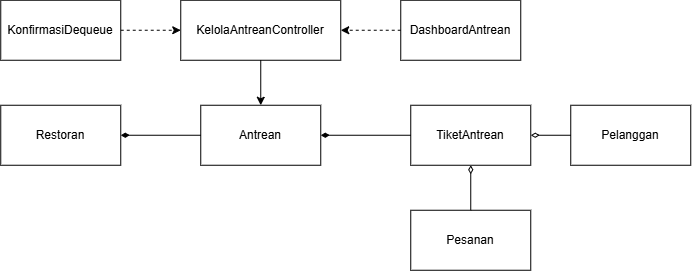
Earlier version of the draw.io export docs/M4/assets/diagram/UC-06.png (hehey304/IF2150-RPL-K01-G10). Source tidied: cells renumbered, new cells last; positions are measured from the earlier drawing's top-left corner, leaving out a move shared by most shapes. The source it was exported from:
```xml
<mxGraphModel>
  <root>
    <mxCell id="0" />
    <mxCell id="1" parent="0" />
    <mxCell id="2" value="KelolaAntreanController" style="rounded=0;whiteSpace=wrap;html=1;" parent="1" vertex="1">
      <mxGeometry x="180" width="160" height="60" as="geometry" />
    </mxCell>
    <mxCell id="3" value="DashboardAntrean" style="rounded=0;whiteSpace=wrap;html=1;" parent="1" vertex="1">
      <mxGeometry x="400" width="120" height="60" as="geometry" />
    </mxCell>
    <mxCell id="4" value="TiketAntrean" style="rounded=0;whiteSpace=wrap;html=1;" parent="1" vertex="1">
      <mxGeometry x="410" y="105" width="120" height="60" as="geometry" />
    </mxCell>
    <mxCell id="5" value="Restoran" style="rounded=0;whiteSpace=wrap;html=1;" parent="1" vertex="1">
      <mxGeometry y="105" width="120" height="60" as="geometry" />
    </mxCell>
    <mxCell id="6" value="KonfirmasiDequeue" style="rounded=0;whiteSpace=wrap;html=1;" parent="1" vertex="1">
      <mxGeometry width="120" height="60" as="geometry" />
    </mxCell>
    <mxCell id="7" value="Antrean" style="rounded=0;whiteSpace=wrap;html=1;" parent="1" vertex="1">
      <mxGeometry x="200" y="105" width="120" height="60" as="geometry" />
    </mxCell>
    <mxCell id="8" style="endArrow=diamondThin;html=1;rounded=0;endFill=1;entryX=1;entryY=0.5;entryDx=0;entryDy=0;exitX=0;exitY=0.5;exitDx=0;exitDy=0;" parent="1" edge="1" source="7" target="5">
      <mxGeometry relative="1" as="geometry" />
    </mxCell>
    <mxCell id="9" style="endArrow=diamondThin;html=1;rounded=0;entryX=1;entryY=0.5;entryDx=0;entryDy=0;endFill=1;" parent="1" edge="1" source="4" target="7">
      <mxGeometry relative="1" as="geometry" />
    </mxCell>
    <mxCell id="10" style="endArrow=classic;html=1;rounded=0;exitX=0.5;exitY=1;exitDx=0;exitDy=0;entryX=0.5;entryY=0;entryDx=0;entryDy=0;" parent="1" edge="1" source="2" target="7">
      <mxGeometry relative="1" as="geometry" />
    </mxCell>
    <mxCell id="11" style="endArrow=classic;html=1;rounded=0;exitX=1;exitY=0.5;exitDx=0;exitDy=0;entryX=0;entryY=0.5;entryDx=0;entryDy=0;dashed=1;" parent="1" edge="1" source="6" target="2">
      <mxGeometry relative="1" as="geometry" />
    </mxCell>
    <mxCell id="12" style="endArrow=classic;html=1;rounded=0;exitX=0;exitY=0.5;exitDx=0;exitDy=0;entryX=1;entryY=0.5;entryDx=0;entryDy=0;dashed=1;" parent="1" edge="1" source="3" target="2">
      <mxGeometry relative="1" as="geometry" />
    </mxCell>
    <mxCell id="13" value="Pesanan" style="rounded=0;whiteSpace=wrap;html=1;" parent="1" vertex="1">
      <mxGeometry x="410" y="210" width="120" height="60" as="geometry" />
    </mxCell>
    <mxCell id="14" value="Pelanggan" style="rounded=0;whiteSpace=wrap;html=1;" parent="1" vertex="1">
      <mxGeometry x="570" y="105" width="120" height="60" as="geometry" />
    </mxCell>
    <mxCell id="15" style="endArrow=diamondThin;html=1;rounded=0;entryX=1;entryY=0.5;entryDx=0;entryDy=0;exitX=0;exitY=0.5;exitDx=0;exitDy=0;endFill=0;" parent="1" edge="1" source="14" target="4">
      <mxGeometry relative="1" as="geometry" />
    </mxCell>
    <mxCell id="16" style="endArrow=diamondThin;html=1;rounded=0;entryX=0.5;entryY=1;entryDx=0;entryDy=0;exitX=0.5;exitY=0;exitDx=0;exitDy=0;endFill=0;" parent="1" edge="1" source="13" target="4">
      <mxGeometry relative="1" as="geometry" />
    </mxCell>
  </root>
</mxGraphModel>
```
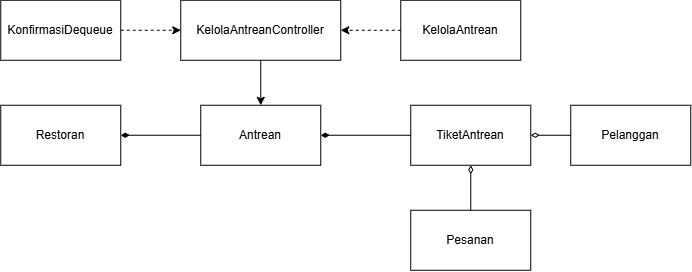
The same diagram one commit later.

Commit message:
fix: Update salah satu kelas

What changed in the source:
```diff
@@ -5,7 +5,7 @@
     <mxCell id="2" value="KelolaAntreanController" style="rounded=0;whiteSpace=wrap;html=1;" parent="1" vertex="1">
       <mxGeometry x="180" width="160" height="60" as="geometry" />
     </mxCell>
-    <mxCell id="3" value="DashboardAntrean" style="rounded=0;whiteSpace=wrap;html=1;" parent="1" vertex="1">
+    <mxCell id="3" value="KelolaAntrean" style="rounded=0;whiteSpace=wrap;html=1;" parent="1" vertex="1">
       <mxGeometry x="400" width="120" height="60" as="geometry" />
     </mxCell>
     <mxCell id="4" value="TiketAntrean" style="rounded=0;whiteSpace=wrap;html=1;" parent="1" vertex="1">
```
